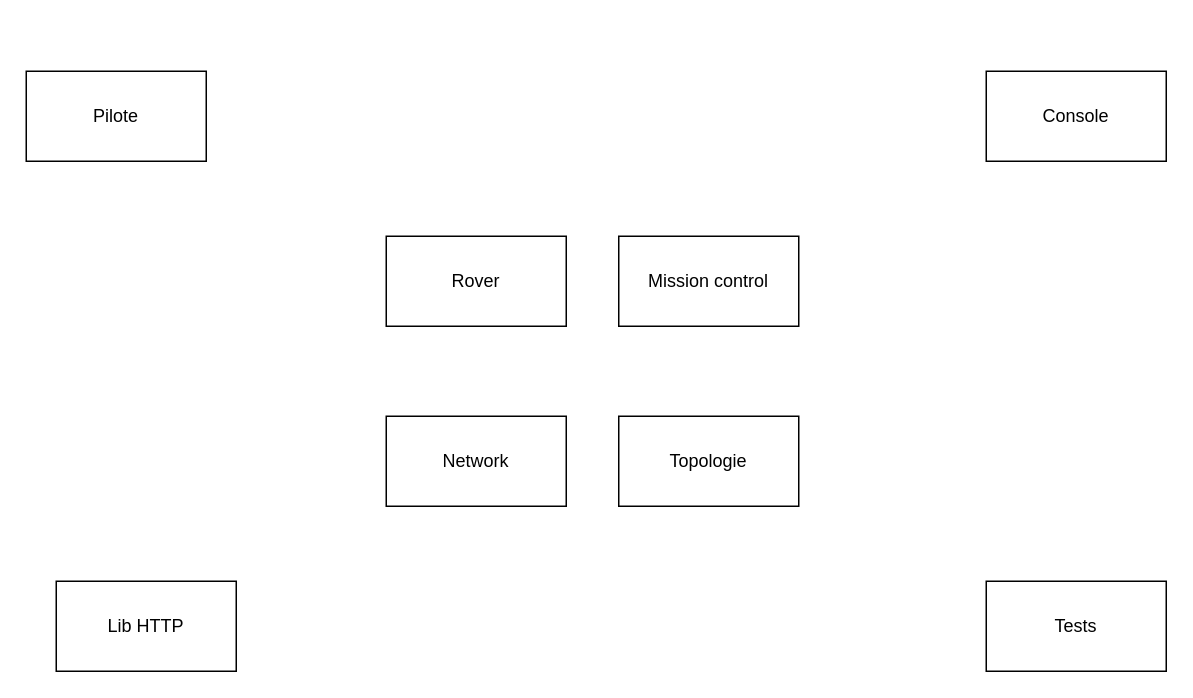
Before: page "Modules" (1 of 2) of schema.drawio in pvayssier/archi_logiciel, a draw.io diagram. Source tidied: cells renumbered, new cells numbered last; positions are measured from the earlier drawing's top-left corner, leaving out a move shared by most shapes. Both pictures are drawn from the tidied source at 150%, with x=0, y=0 at pixel (26, 70).
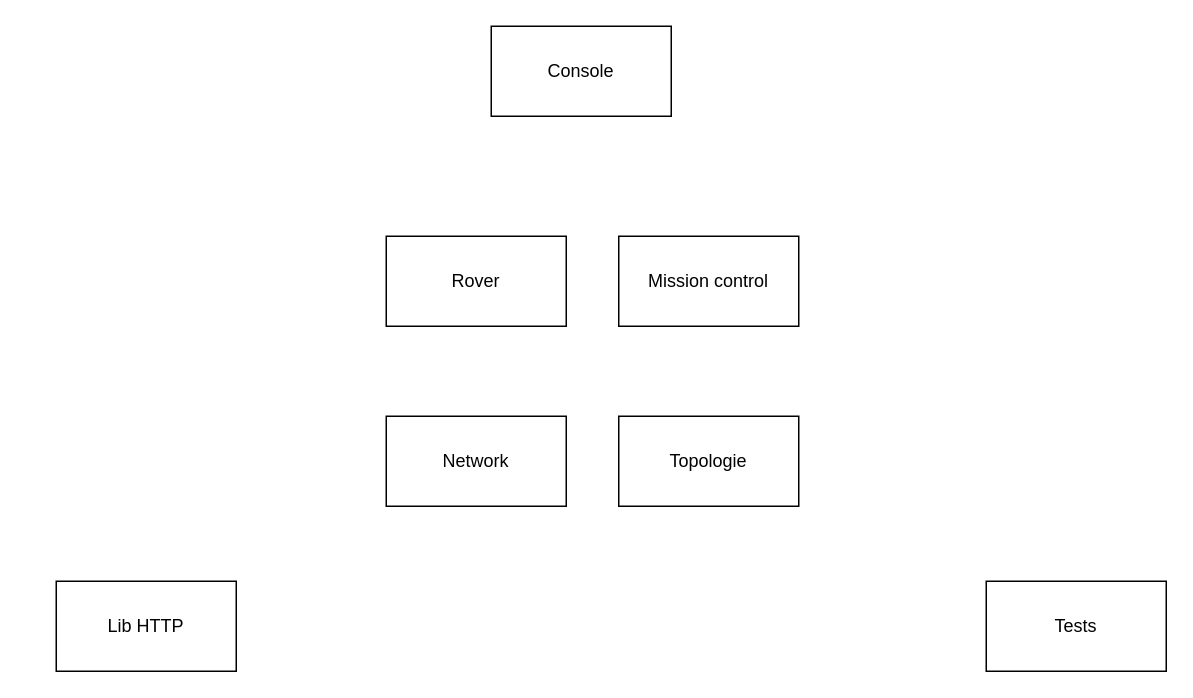
The same page after the edit.

Diff of the diagram source:
```diff
@@
 <mxGraphModel>
   <root>
     <mxCell id="0" />
     <mxCell id="1" parent="0" />
     <mxCell id="2" value="Rover" style="rounded=0;whiteSpace=wrap;html=1;" parent="1" vertex="1">
       <mxGeometry x="240" y="110" width="120" height="60" as="geometry" />
     </mxCell>
     <mxCell id="3" value="Mission control" style="rounded=0;whiteSpace=wrap;html=1;" parent="1" vertex="1">
       <mxGeometry x="395" y="110" width="120" height="60" as="geometry" />
     </mxCell>
     <mxCell id="4" value="Network" style="rounded=0;whiteSpace=wrap;html=1;" parent="1" vertex="1">
       <mxGeometry x="240" y="230" width="120" height="60" as="geometry" />
     </mxCell>
     <mxCell id="5" value="Topologie" style="rounded=0;whiteSpace=wrap;html=1;" parent="1" vertex="1">
       <mxGeometry x="395" y="230" width="120" height="60" as="geometry" />
     </mxCell>
     <mxCell id="6" value="Tests" style="rounded=0;whiteSpace=wrap;html=1;" parent="1" vertex="1">
       <mxGeometry x="640" y="340" width="120" height="60" as="geometry" />
     </mxCell>
     <mxCell id="7" value="Lib HTTP" style="rounded=0;whiteSpace=wrap;html=1;" parent="1" vertex="1">
       <mxGeometry x="20" y="340" width="120" height="60" as="geometry" />
     </mxCell>
-    <mxCell id="8" value="Pilote" style="rounded=0;whiteSpace=wrap;html=1;" parent="1" vertex="1">
-      <mxGeometry width="120" height="60" as="geometry" />
-    </mxCell>
     <mxCell id="9" value="Console" style="rounded=0;whiteSpace=wrap;html=1;" parent="1" vertex="1">
-      <mxGeometry x="640" width="120" height="60" as="geometry" />
+      <mxGeometry x="310" y="-30" width="120" height="60" as="geometry" />
     </mxCell>
   </root>
 </mxGraphModel>
```
